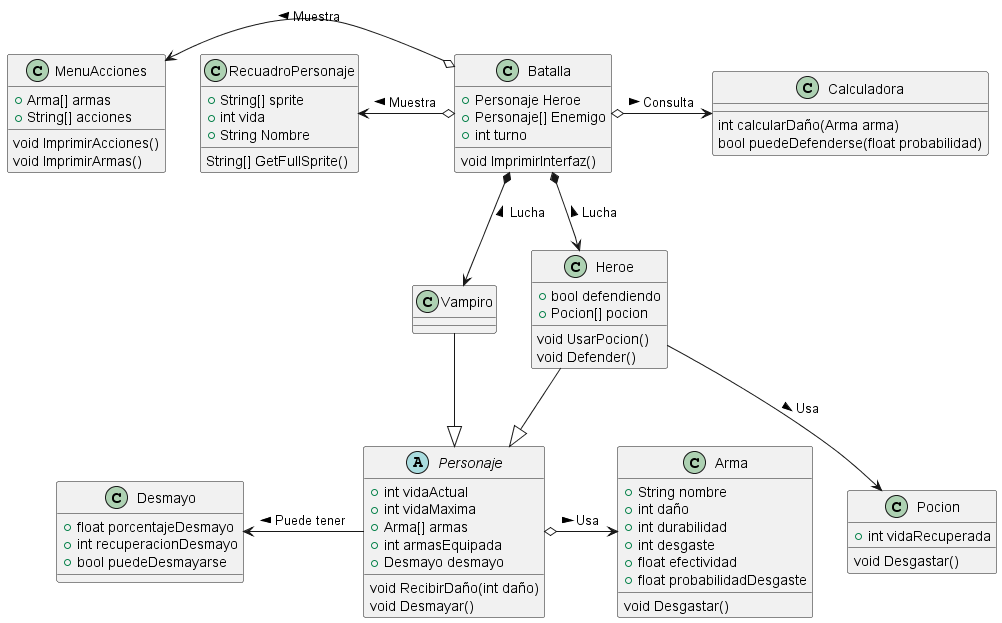
Above: out/Grupo1/MDominio/Clases/Clases.png in mmasias/IdSw2-22-23 (PlantUML), before the change.
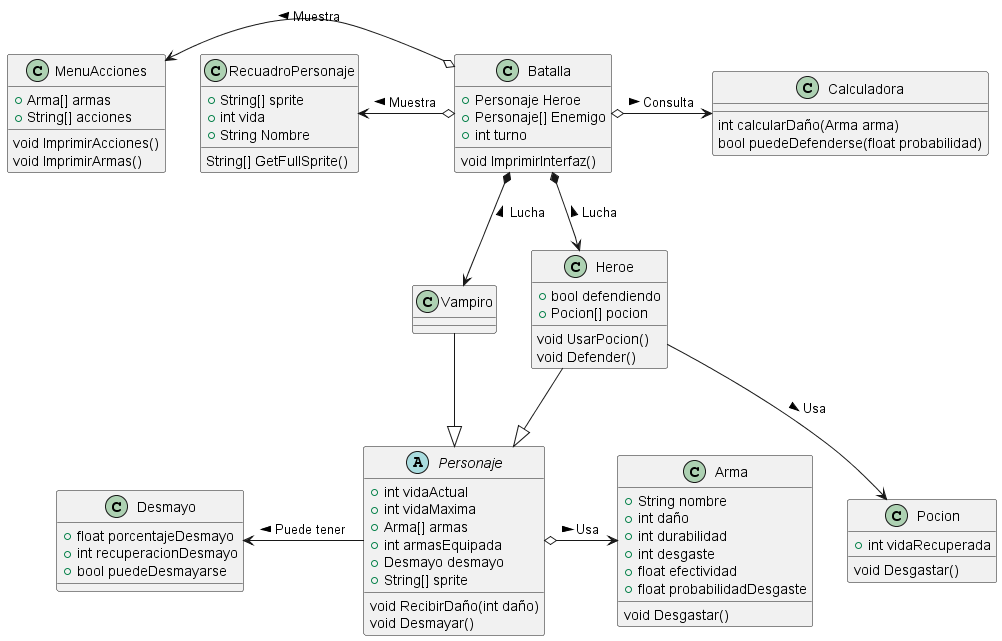
The same file after the commit.

Commit message:
Re-hecho clases

The edit, as a diff of the source:
```diff
@@ -14,6 +14,7 @@
     +Arma[] armas
     +int armasEquipada
     +Desmayo desmayo
+    +String[] sprite
     void RecibirDaño(int daño)
     void Desmayar()
 }
```
